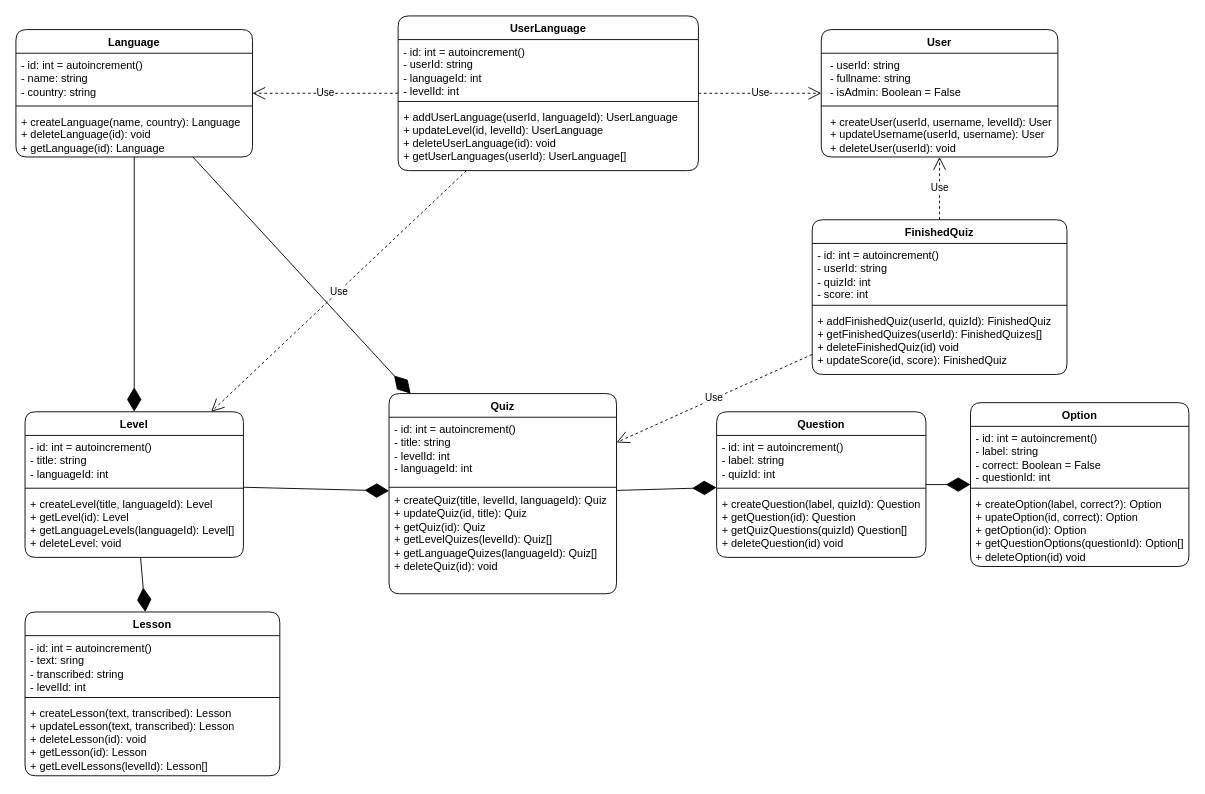
Above: page "class diagram" (1 of 3) of Docs/Linger.drawio in ThommysArt/Linger---ExpressJS-NextJS (draw.io), before the change. Source tidied: cells renumbered, new cells numbered last; positions are measured from the earlier drawing's top-left corner, leaving out a move shared by most shapes. Both pictures are drawn from the tidied source at 91%, with x=0, y=0 at pixel (15, 15).
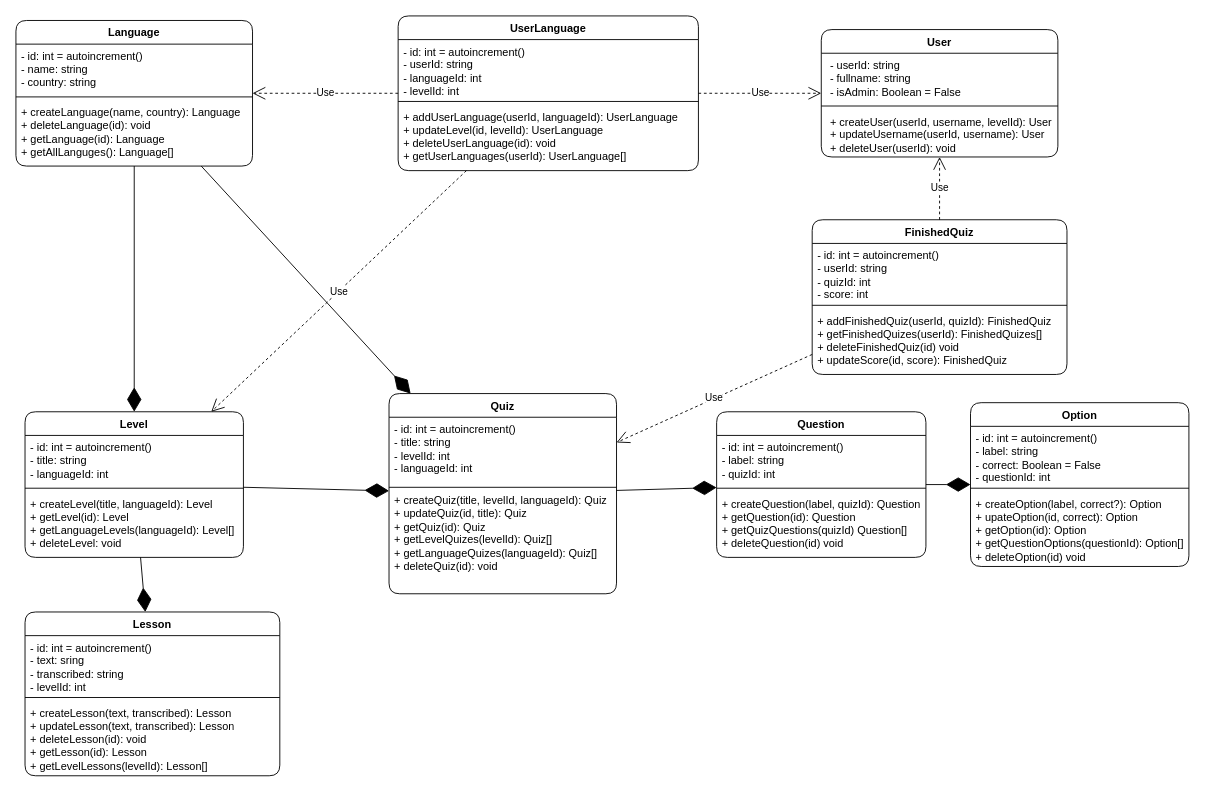
After the change.

Commit message (it also covers changes not shown here):
added get all route for language

What changed in the source:
```diff
@@
     <mxCell id="6" value="Language" style="swimlane;fontStyle=1;align=center;verticalAlign=top;horizontal=1;startSize=26;whiteSpace=wrap;html=1;rounded=1;labelBackgroundColor=none;" parent="1" vertex="1">
-      <mxGeometry y="15" width="260" height="140" as="geometry" />
+      <mxGeometry y="5" width="260" height="160" as="geometry" />
     </mxCell>
@@
-    <mxCell id="9" value="+ createLanguage(name, country): Language&lt;div&gt;+ deleteLanguage(id): void&lt;/div&gt;&lt;div&gt;+ getLanguage(id): Language&lt;/div&gt;" style="text;strokeColor=none;fillColor=none;align=left;verticalAlign=top;spacingLeft=4;spacingRight=4;overflow=hidden;whiteSpace=wrap;html=1;rounded=1;labelBackgroundColor=none;" parent="6" vertex="1">
-      <mxGeometry y="88" width="260" height="52" as="geometry" />
+    <mxCell id="9" value="+ createLanguage(name, country): Language&lt;div&gt;+ deleteLanguage(id): void&lt;/div&gt;&lt;div&gt;+ getLanguage(id): Language&lt;/div&gt;&lt;div&gt;+ getAllLanguges(): Language[]&lt;/div&gt;" style="text;strokeColor=none;fillColor=none;align=left;verticalAlign=top;spacingLeft=4;spacingRight=4;overflow=hidden;whiteSpace=wrap;html=1;rounded=1;labelBackgroundColor=none;" parent="6" vertex="1">
+      <mxGeometry y="88" width="260" height="72" as="geometry" />
     </mxCell>
```
